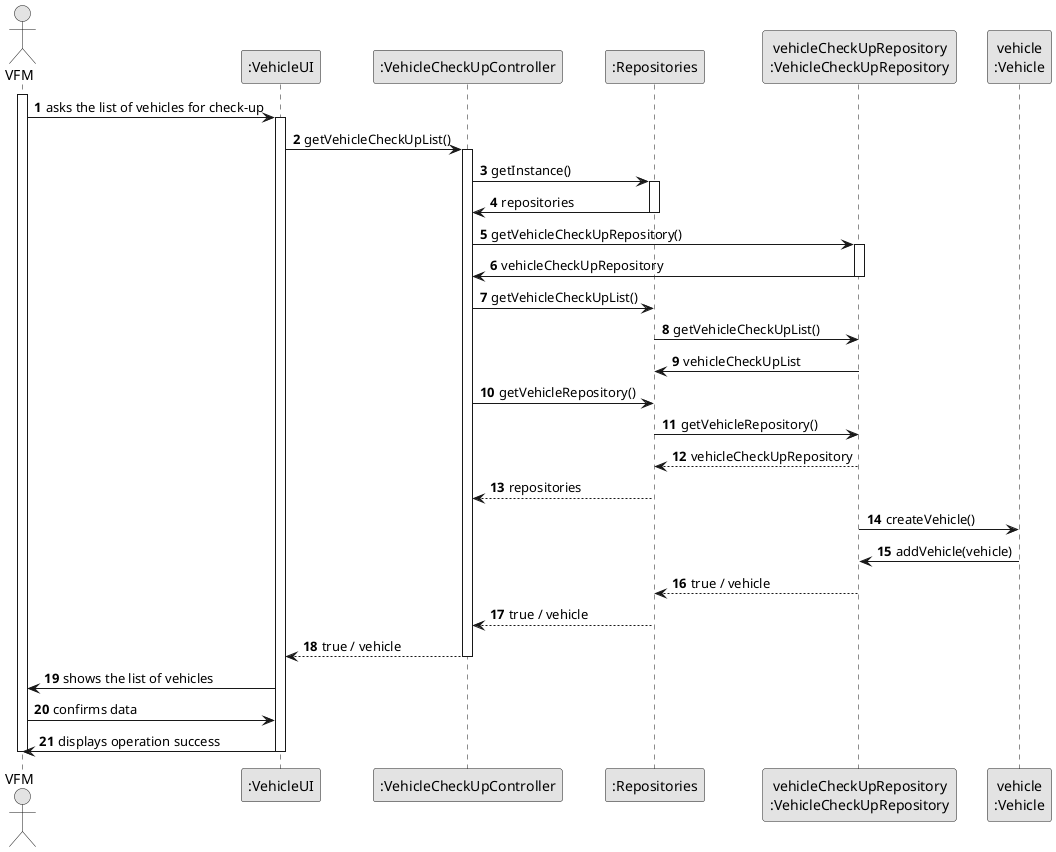
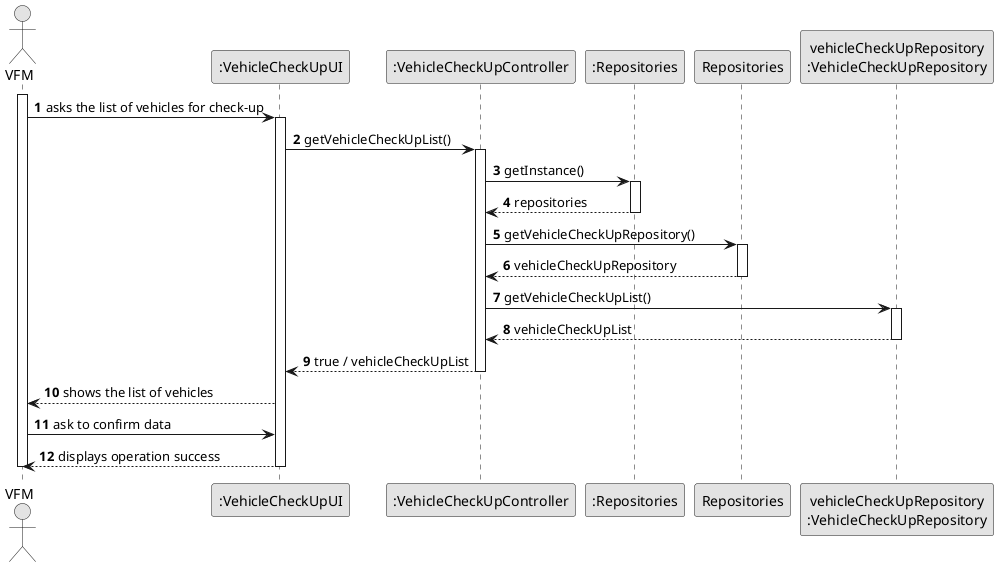
@startuml
skinparam monochrome true
skinparam packageStyle rectangle
skinparam shadowing false

autonumber

'hide footbox
actor "VFM" as VFM
- participant ":VehicleUI" as UI
+ participant ":VehicleCheckUpUI" as UI
+ 
participant ":VehicleCheckUpController" as CTRL
+ 
participant ":Repositories" as Repositories
+ participant "Repositories" as Repos
participant "vehicleCheckUpRepository\n:VehicleCheckUpRepository" as VehicleCheckUpRepository
- participant "vehicle\n:Vehicle" as Vehicle

activate VFM

    VFM -> UI : asks the list of vehicles for check-up
    activate UI

    UI -> CTRL : getVehicleCheckUpList()
    activate CTRL

    CTRL -> Repositories : getInstance()
    activate Repositories

-     Repositories -> CTRL : repositories
+     Repositories --> CTRL : repositories
    deactivate Repositories

-     CTRL -> VehicleCheckUpRepository : getVehicleCheckUpRepository()
+     CTRL -> Repos : getVehicleCheckUpRepository()
+     activate Repos
+ 
+     Repos --> CTRL :vehicleCheckUpRepository
+     deactivate Repos
+ 
+     CTRL -> VehicleCheckUpRepository : getVehicleCheckUpList()
    activate VehicleCheckUpRepository

-     VehicleCheckUpRepository -> CTRL :vehicleCheckUpRepository
+     VehicleCheckUpRepository --> CTRL : vehicleCheckUpList
    deactivate VehicleCheckUpRepository
- 
-     CTRL -> Repositories : getVehicleCheckUpList()
- 
-     Repositories -> VehicleCheckUpRepository : getVehicleCheckUpList()
- 
-     VehicleCheckUpRepository -> Repositories : vehicleCheckUpList
- 
-     CTRL -> Repositories : getVehicleRepository()
- 
-     Repositories -> VehicleCheckUpRepository : getVehicleRepository()
- 
-     VehicleCheckUpRepository --> Repositories : vehicleCheckUpRepository
-     deactivate VehicleCheckUpRepository
- 
-     Repositories --> CTRL: repositories
- 
-     VehicleCheckUpRepository -> Vehicle: createVehicle()
- 
-     Vehicle -> VehicleCheckUpRepository: addVehicle(vehicle)
- 
-     VehicleCheckUpRepository --> Repositories : true / vehicle
- 
-     Repositories --> CTRL : true / vehicle
-     deactivate Repositories

    deactivate VehicleCheckUpRepository

-     CTRL --> UI: true / vehicle
+     CTRL --> UI: true / vehicleCheckUpList
    deactivate CTRL

-     UI -> VFM : shows the list of vehicles
+     UI --> VFM : shows the list of vehicles

-     VFM -> UI : confirms data
+     VFM -> UI : ask to confirm data

-     UI -> VFM : displays operation success
+     UI --> VFM : displays operation success
    deactivate UI

deactivate VFM

@enduml